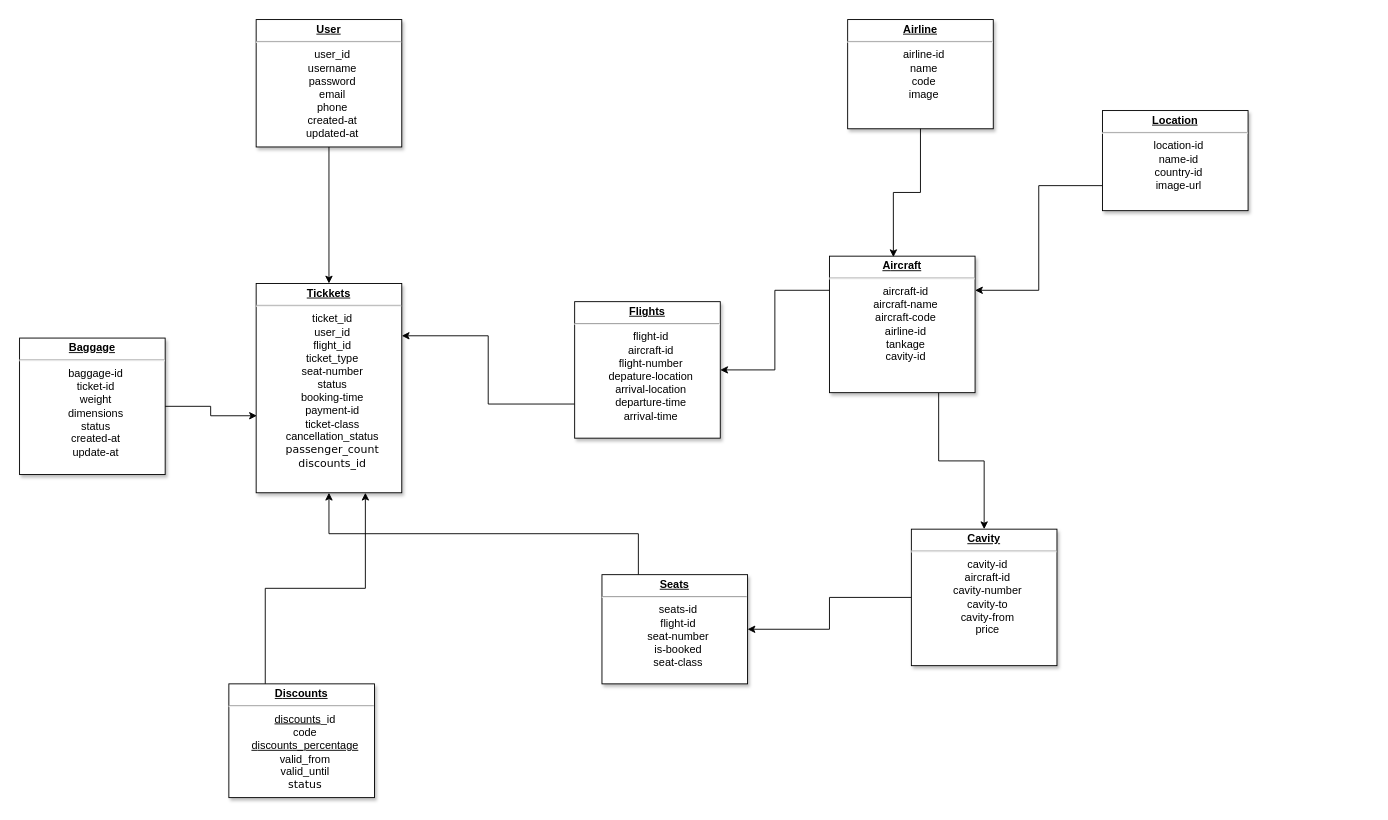
The draw.io diagram page "DataBase" (1 of 4) of Biểu đồ không có tiêu đề.drawio in DungZG/TrackingFlight, before the edit. Source tidied: cells renumbered, new cells numbered last; positions are measured from the earlier drawing's top-left corner, leaving out a move shared by most shapes. Both pictures are drawn from the tidied source at 91%, with x=0, y=0 at pixel (19, 19).
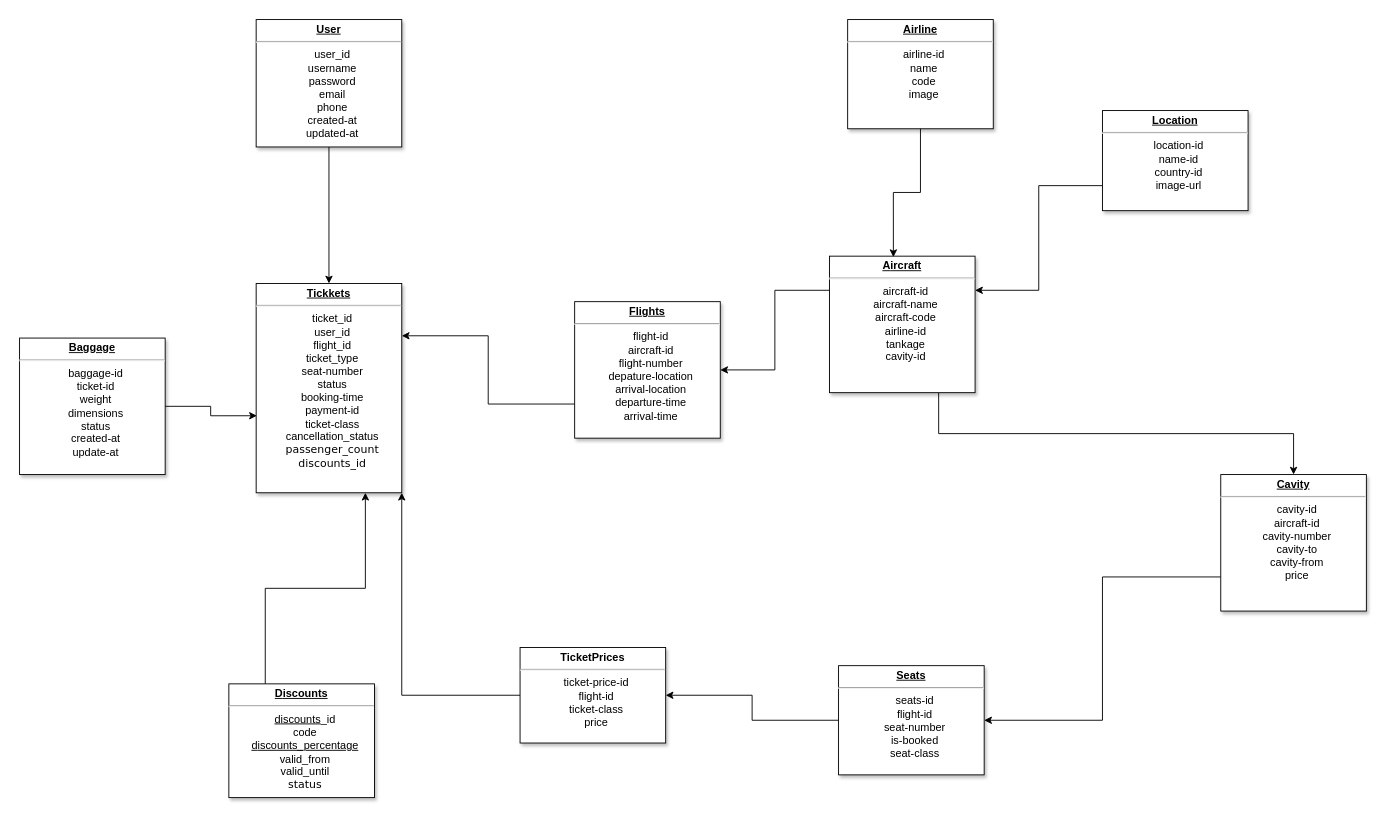
The same diagram, later.

Commit message:
Cập nhật Biểu đồ không có tiêu đề.drawio

The change refers to these unchanged cells:
```xml
<mxCell id="4" value="&lt;p style=&quot;text-align: center; margin: 4px 0px 0px;&quot;&gt;&lt;b&gt;&lt;u&gt;Tickkets&lt;/u&gt;&lt;/b&gt;&lt;/p&gt;&lt;hr style=&quot;text-align: center;&quot;&gt;&lt;p style=&quot;text-align: center; margin: 0px 0px 0px 8px;&quot;&gt;ticket_id&lt;/p&gt;&lt;p style=&quot;text-align: center; margin: 0px 0px 0px 8px;&quot;&gt;user_id&lt;/p&gt;&lt;p style=&quot;text-align: center; margin: 0px 0px 0px 8px;&quot;&gt;flight_id&lt;/p&gt;&lt;p style=&quot;text-align: center; margin: 0px 0px 0px 8px;&quot;&gt;ticket_type&lt;/p&gt;&lt;p style=&quot;text-align: center; margin: 0px 0px 0px 8px;&quot;&gt;seat-number&lt;/p&gt;&lt;p style=&quot;text-align: center; margin: 0px 0px 0px 8px;&quot;&gt;status&lt;/p&gt;&lt;p style=&quot;text-align: center; margin: 0px 0px 0px 8px;&quot;&gt;booking-time&lt;/p&gt;&lt;p style=&quot;text-align: center; margin: 0px 0px 0px 8px;&quot;&gt;payment-id&lt;/p&gt;&lt;p style=&quot;text-align: center; margin: 0px 0px 0px 8px;&quot;&gt;ticket-class&lt;/p&gt;&lt;p style=&quot;text-align: center; margin: 0px 0px 0px 8px;&quot;&gt;cancellation_status&lt;/p&gt;&lt;p style=&quot;text-align: center; margin: 0px 0px 0px 8px;&quot;&gt;&lt;span style=&quot;font-family: &amp;quot;trebuchet ms&amp;quot;, verdana, arial, sans-serif; text-align: start;&quot;&gt;&lt;font&gt;passenger_count&lt;/font&gt;&lt;/span&gt;&lt;/p&gt;&lt;p style=&quot;text-align: center; margin: 0px 0px 0px 8px;&quot;&gt;&lt;span style=&quot;font-family: &amp;quot;trebuchet ms&amp;quot;, verdana, arial, sans-serif; text-align: start;&quot;&gt;&lt;font&gt;discounts_id&lt;/font&gt;&lt;/span&gt;&lt;/p&gt;" style="verticalAlign=top;align=left;overflow=fill;fontSize=12;fontFamily=Helvetica;html=1;shadow=1;labelBackgroundColor=none;" parent="1" vertex="1">
  <mxGeometry x="260" y="290" width="160" height="230" as="geometry" />
</mxCell>
```

The edit, as a diff of the source:
```diff
@@
-    <mxCell id="9" style="edgeStyle=orthogonalEdgeStyle;rounded=0;jettySize=auto;html=1;exitX=0.25;exitY=0;exitDx=0;exitDy=0;entryX=0.5;entryY=1;entryDx=0;entryDy=0;" parent="1" edge="1" source="10" target="4">
-      <mxGeometry relative="1" as="geometry" />
-    </mxCell>
+    <mxCell id="22" style="edgeStyle=orthogonalEdgeStyle;rounded=0;jettySize=auto;html=1;entryX=1;entryY=0.5;entryDx=0;entryDy=0;" parent="1" edge="1" source="10" target="24">
+      <mxGeometry relative="1" as="geometry" />
+    </mxCell>
     <mxCell id="10" value="&lt;p style=&quot;text-align: center; margin: 4px 0px 0px;&quot;&gt;&lt;b&gt;&lt;u&gt;Seats&lt;/u&gt;&lt;/b&gt;&lt;/p&gt;&lt;hr style=&quot;text-align: center;&quot;&gt;&lt;p style=&quot;text-align: center; margin: 0px 0px 0px 8px;&quot;&gt;seats-id&lt;/p&gt;&lt;p style=&quot;text-align: center; margin: 0px 0px 0px 8px;&quot;&gt;flight-id&lt;/p&gt;&lt;p style=&quot;text-align: center; margin: 0px 0px 0px 8px;&quot;&gt;seat-number&lt;/p&gt;&lt;p style=&quot;text-align: center; margin: 0px 0px 0px 8px;&quot;&gt;is-booked&lt;/p&gt;&lt;p style=&quot;text-align: center; margin: 0px 0px 0px 8px;&quot;&gt;seat-class&lt;/p&gt;" style="verticalAlign=top;align=left;overflow=fill;fontSize=12;fontFamily=Helvetica;html=1;shadow=1;labelBackgroundColor=none;" parent="1" vertex="1">
-      <mxGeometry x="640" y="610" width="160" height="120" as="geometry" />
+      <mxGeometry x="900" y="710" width="160" height="120" as="geometry" />
     </mxCell>
@@
-    <mxCell id="20" style="edgeStyle=orthogonalEdgeStyle;rounded=0;jettySize=auto;html=1;exitX=0;exitY=0.5;exitDx=0;exitDy=0;entryX=1;entryY=0.5;entryDx=0;entryDy=0;" parent="1" edge="1" source="21" target="10">
+    <mxCell id="20" style="edgeStyle=orthogonalEdgeStyle;rounded=0;jettySize=auto;html=1;exitX=0;exitY=0.75;exitDx=0;exitDy=0;entryX=1;entryY=0.5;entryDx=0;entryDy=0;" parent="1" edge="1" source="21" target="10">
       <mxGeometry relative="1" as="geometry" />
     </mxCell>
     <mxCell id="21" value="&lt;p style=&quot;text-align: center; margin: 4px 0px 0px;&quot;&gt;&lt;b&gt;&lt;u&gt;Cavity&lt;/u&gt;&lt;/b&gt;&lt;/p&gt;&lt;hr style=&quot;text-align: center;&quot;&gt;&lt;p style=&quot;text-align: center; margin: 0px 0px 0px 8px;&quot;&gt;cavity-id&lt;/p&gt;&lt;p style=&quot;text-align: center; margin: 0px 0px 0px 8px;&quot;&gt;aircraft-id&lt;/p&gt;&lt;p style=&quot;text-align: center; margin: 0px 0px 0px 8px;&quot;&gt;cavity-number&lt;/p&gt;&lt;p style=&quot;text-align: center; margin: 0px 0px 0px 8px;&quot;&gt;cavity-to&lt;/p&gt;&lt;p style=&quot;text-align: center; margin: 0px 0px 0px 8px;&quot;&gt;cavity-from&lt;/p&gt;&lt;p style=&quot;text-align: center; margin: 0px 0px 0px 8px;&quot;&gt;price&lt;/p&gt;" style="verticalAlign=top;align=left;overflow=fill;fontSize=12;fontFamily=Helvetica;html=1;shadow=1;labelBackgroundColor=none;" parent="1" vertex="1">
-      <mxGeometry x="980" y="560" width="160" height="150" as="geometry" />
+      <mxGeometry x="1320" y="500" width="160" height="150" as="geometry" />
     </mxCell>
+    <mxCell id="23" style="edgeStyle=orthogonalEdgeStyle;rounded=0;jettySize=auto;html=1;entryX=1;entryY=1;entryDx=0;entryDy=0;" parent="1" edge="1" source="24" target="4">
+      <mxGeometry relative="1" as="geometry" />
+    </mxCell>
+    <mxCell id="24" value="&lt;p style=&quot;text-align: center; margin: 4px 0px 0px;&quot;&gt;&lt;b&gt;TicketPrices&lt;/b&gt;&lt;/p&gt;&lt;hr style=&quot;text-align: center;&quot;&gt;&lt;p style=&quot;text-align: center; margin: 0px 0px 0px 8px;&quot;&gt;ticket-price-id&lt;/p&gt;&lt;p style=&quot;text-align: center; margin: 0px 0px 0px 8px;&quot;&gt;flight-id&lt;/p&gt;&lt;p style=&quot;text-align: center; margin: 0px 0px 0px 8px;&quot;&gt;ticket-class&lt;/p&gt;&lt;p style=&quot;text-align: center; margin: 0px 0px 0px 8px;&quot;&gt;price&lt;/p&gt;" style="verticalAlign=top;align=left;overflow=fill;fontSize=12;fontFamily=Helvetica;html=1;shadow=1;labelBackgroundColor=none;" parent="1" vertex="1">
+      <mxGeometry x="550" y="690" width="160" height="105" as="geometry" />
+    </mxCell>
```
